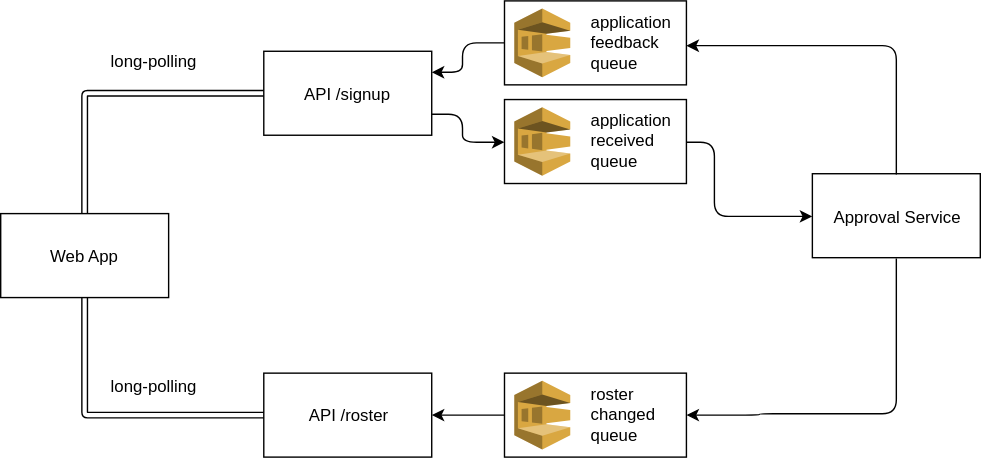
The draw.io diagram diagram.svg in enricoteterra/avengers-assemble, before a commit. Source tidied: cells renumbered, new cells last; positions are measured from the earlier drawing's top-left corner, leaving out a move shared by most shapes. Source of this version:
```xml
<mxGraphModel>
  <root>
    <mxCell id="0" />
    <mxCell id="1" parent="0" />
    <mxCell id="2" style="rounded=0;whiteSpace=wrap;html=1;" parent="1" vertex="1">
      <mxGeometry x="360" width="130" height="60" as="geometry" />
    </mxCell>
    <mxCell id="3" style="rounded=0;whiteSpace=wrap;html=1;" parent="1" vertex="1">
      <mxGeometry x="360" y="70.5" width="130" height="60" as="geometry" />
    </mxCell>
    <mxCell id="4" style="rounded=0;whiteSpace=wrap;html=1;" parent="1" vertex="1">
      <mxGeometry x="360" y="266" width="130" height="60" as="geometry" />
    </mxCell>
    <mxCell id="5" style="dashed=0;verticalLabelPosition=bottom;verticalAlign=top;align=center;html=1;shape=mxgraph.aws3.sqs;fillColor=#D9A741;gradientColor=none;" parent="1" vertex="1">
      <mxGeometry x="367" y="76" width="40" height="49" as="geometry" />
    </mxCell>
    <mxCell id="6" value="Web App" style="rounded=0;whiteSpace=wrap;html=1;" parent="1" vertex="1">
      <mxGeometry y="152" width="120" height="60" as="geometry" />
    </mxCell>
    <mxCell id="7" value="API /signup" style="rounded=0;whiteSpace=wrap;html=1;" parent="1" vertex="1">
      <mxGeometry x="188" y="36" width="120" height="60" as="geometry" />
    </mxCell>
    <mxCell id="8" value="API /roster" style="rounded=0;whiteSpace=wrap;html=1;" parent="1" vertex="1">
      <mxGeometry x="188" y="266" width="120" height="60" as="geometry" />
    </mxCell>
    <mxCell id="9" value="Approval Service" style="rounded=0;whiteSpace=wrap;html=1;" parent="1" vertex="1">
      <mxGeometry x="580" y="123.5" width="120" height="60" as="geometry" />
    </mxCell>
    <mxCell id="10" style="endArrow=classic;html=1;exitX=0.5;exitY=1;exitDx=0;exitDy=0;entryX=0;entryY=0.5;entryDx=0;entryDy=0;shape=link;edgeStyle=orthogonalEdgeStyle;" parent="1" edge="1" source="6" target="8">
      <mxGeometry relative="1" as="geometry" />
    </mxCell>
    <mxCell id="11" style="endArrow=classic;html=1;exitX=0.5;exitY=0;exitDx=0;exitDy=0;entryX=0;entryY=0.5;entryDx=0;entryDy=0;shape=link;edgeStyle=orthogonalEdgeStyle;" parent="1" edge="1" source="6" target="7">
      <mxGeometry relative="1" as="geometry" />
    </mxCell>
    <mxCell id="12" value="long-polling" style="text;html=1;align=left;verticalAlign=top;spacingTop=-4;" parent="1" vertex="1">
      <mxGeometry x="77" y="34" width="80" height="20" as="geometry" />
    </mxCell>
    <mxCell id="13" value="long-polling" style="text;html=1;align=left;verticalAlign=top;spacingTop=-4;" parent="1" vertex="1">
      <mxGeometry x="77" y="266" width="80" height="20" as="geometry" />
    </mxCell>
    <mxCell id="14" value="application&lt;br&gt;received &lt;br&gt;queue" style="text;html=1;align=left;verticalAlign=top;spacingTop=-4;" parent="1" vertex="1">
      <mxGeometry x="420" y="75.5" width="70" height="40" as="geometry" />
    </mxCell>
    <mxCell id="15" style="dashed=0;verticalLabelPosition=bottom;verticalAlign=top;align=center;html=1;shape=mxgraph.aws3.sqs;fillColor=#D9A741;gradientColor=none;" parent="1" vertex="1">
      <mxGeometry x="367" y="5.5" width="40" height="49" as="geometry" />
    </mxCell>
    <mxCell id="16" value="application&lt;br&gt;feedback &lt;br&gt;queue" style="text;html=1;points=[];align=left;verticalAlign=top;spacingTop=-4;" parent="1" vertex="1">
      <mxGeometry x="420" y="5.5" width="70" height="40" as="geometry" />
    </mxCell>
    <mxCell id="17" style="dashed=0;verticalLabelPosition=bottom;verticalAlign=top;align=center;html=1;shape=mxgraph.aws3.sqs;fillColor=#D9A741;gradientColor=none;" parent="1" vertex="1">
      <mxGeometry x="367" y="271.5" width="40" height="49" as="geometry" />
    </mxCell>
    <mxCell id="18" value="roster&amp;nbsp;&lt;br&gt;changed&lt;br&gt;queue&lt;br&gt;" style="text;html=1;align=left;verticalAlign=top;spacingTop=-4;" parent="1" vertex="1">
      <mxGeometry x="420" y="272" width="60" height="40" as="geometry" />
    </mxCell>
    <mxCell id="19" style="endArrow=classic;html=1;entryX=1;entryY=0.5;entryDx=0;entryDy=0;exitX=0;exitY=0.5;exitDx=0;exitDy=0;" parent="1" edge="1" source="4" target="8">
      <mxGeometry relative="1" as="geometry" />
    </mxCell>
    <mxCell id="20" style="endArrow=classic;html=1;entryX=0;entryY=0.5;entryDx=0;entryDy=0;exitX=1;exitY=0.5;exitDx=0;exitDy=0;edgeStyle=orthogonalEdgeStyle;" parent="1" edge="1" source="3" target="9">
      <mxGeometry relative="1" as="geometry">
        <Array as="points">
          <mxPoint x="510" y="101" />
          <mxPoint x="510" y="154" />
        </Array>
      </mxGeometry>
    </mxCell>
    <mxCell id="21" style="endArrow=classic;html=1;entryX=1;entryY=0.663;entryDx=0;entryDy=0;exitX=0.5;exitY=0;exitDx=0;exitDy=0;edgeStyle=orthogonalEdgeStyle;entryPerimeter=0;" parent="1" edge="1" source="9" target="16">
      <mxGeometry relative="1" as="geometry">
        <Array as="points">
          <mxPoint x="640" y="32" />
        </Array>
      </mxGeometry>
    </mxCell>
    <mxCell id="22" style="endArrow=classic;html=1;entryX=0;entryY=0.5;entryDx=0;entryDy=0;exitX=1;exitY=0.75;exitDx=0;exitDy=0;edgeStyle=orthogonalEdgeStyle;" parent="1" edge="1" source="7" target="3">
      <mxGeometry relative="1" as="geometry">
        <Array as="points">
          <mxPoint x="330" y="81" />
          <mxPoint x="330" y="101" />
        </Array>
      </mxGeometry>
    </mxCell>
    <mxCell id="23" style="endArrow=classic;html=1;entryX=1;entryY=0.25;entryDx=0;entryDy=0;exitX=0;exitY=0.5;exitDx=0;exitDy=0;edgeStyle=orthogonalEdgeStyle;" parent="1" edge="1" source="2" target="7">
      <mxGeometry relative="1" as="geometry">
        <Array as="points">
          <mxPoint x="330" y="30" />
          <mxPoint x="330" y="51" />
        </Array>
      </mxGeometry>
    </mxCell>
    <mxCell id="24" style="endArrow=classic;html=1;exitX=0.5;exitY=1;exitDx=0;exitDy=0;edgeStyle=orthogonalEdgeStyle;entryX=1;entryY=0.5;entryDx=0;entryDy=0;" parent="1" edge="1" source="9" target="4">
      <mxGeometry relative="1" as="geometry">
        <Array as="points">
          <mxPoint x="640" y="295" />
          <mxPoint x="542" y="295" />
          <mxPoint x="542" y="296" />
        </Array>
      </mxGeometry>
    </mxCell>
  </root>
</mxGraphModel>
```
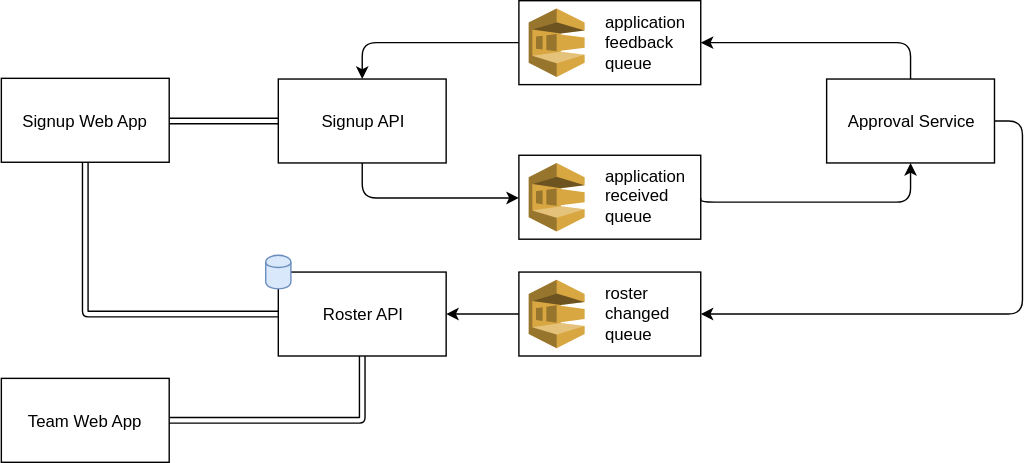
The same file after the commit.

The edit, as a diff of the source:
```diff
@@ -2,99 +2,104 @@
   <root>
     <mxCell id="0" />
     <mxCell id="1" parent="0" />
-    <mxCell id="2" style="rounded=0;whiteSpace=wrap;html=1;" parent="1" vertex="1">
-      <mxGeometry x="360" width="130" height="60" as="geometry" />
-    </mxCell>
-    <mxCell id="3" style="rounded=0;whiteSpace=wrap;html=1;" parent="1" vertex="1">
-      <mxGeometry x="360" y="70.5" width="130" height="60" as="geometry" />
-    </mxCell>
-    <mxCell id="4" style="rounded=0;whiteSpace=wrap;html=1;" parent="1" vertex="1">
-      <mxGeometry x="360" y="266" width="130" height="60" as="geometry" />
-    </mxCell>
-    <mxCell id="5" style="dashed=0;verticalLabelPosition=bottom;verticalAlign=top;align=center;html=1;shape=mxgraph.aws3.sqs;fillColor=#D9A741;gradientColor=none;" parent="1" vertex="1">
-      <mxGeometry x="367" y="76" width="40" height="49" as="geometry" />
-    </mxCell>
-    <mxCell id="6" value="Web App" style="rounded=0;whiteSpace=wrap;html=1;" parent="1" vertex="1">
-      <mxGeometry y="152" width="120" height="60" as="geometry" />
-    </mxCell>
-    <mxCell id="7" value="API /signup" style="rounded=0;whiteSpace=wrap;html=1;" parent="1" vertex="1">
-      <mxGeometry x="188" y="36" width="120" height="60" as="geometry" />
-    </mxCell>
-    <mxCell id="8" value="API /roster" style="rounded=0;whiteSpace=wrap;html=1;" parent="1" vertex="1">
-      <mxGeometry x="188" y="266" width="120" height="60" as="geometry" />
-    </mxCell>
+    <mxCell id="25" style="rounded=0;whiteSpace=wrap;html=1;" parent="1" vertex="1">
+      <mxGeometry x="360" y="-20" width="130" height="60" as="geometry" />
+    </mxCell>
+    <mxCell id="26" style="rounded=0;whiteSpace=wrap;html=1;" parent="1" vertex="1">
+      <mxGeometry x="360" y="90.5" width="130" height="60" as="geometry" />
+    </mxCell>
+    <mxCell id="27" style="rounded=0;whiteSpace=wrap;html=1;" parent="1" vertex="1">
+      <mxGeometry x="360" y="174" width="130" height="60" as="geometry" />
+    </mxCell>
+    <mxCell id="28" style="dashed=0;verticalLabelPosition=bottom;verticalAlign=top;align=center;html=1;shape=mxgraph.aws3.sqs;fillColor=#D9A741;gradientColor=none;" parent="1" vertex="1">
+      <mxGeometry x="367" y="96" width="40" height="49" as="geometry" />
+    </mxCell>
+    <mxCell id="29" value="Signup Web App" style="rounded=0;whiteSpace=wrap;html=1;" parent="1" vertex="1">
+      <mxGeometry x="-10" y="35.5" width="120" height="60" as="geometry" />
+    </mxCell>
+    <mxCell id="30" value="Signup API" style="rounded=0;whiteSpace=wrap;html=1;" parent="1" vertex="1">
+      <mxGeometry x="188" y="36" width="120" height="60" as="geometry" />
+    </mxCell>
+    <mxCell id="31" value="Roster API" style="rounded=0;whiteSpace=wrap;html=1;" parent="1" vertex="1">
+      <mxGeometry x="188" y="174" width="120" height="60" as="geometry" />
+    </mxCell>
     <mxCell id="9" value="Approval Service" style="rounded=0;whiteSpace=wrap;html=1;" parent="1" vertex="1">
-      <mxGeometry x="580" y="123.5" width="120" height="60" as="geometry" />
+      <mxGeometry x="580" y="36" width="120" height="60" as="geometry" />
     </mxCell>
-    <mxCell id="10" style="endArrow=classic;html=1;exitX=0.5;exitY=1;exitDx=0;exitDy=0;entryX=0;entryY=0.5;entryDx=0;entryDy=0;shape=link;edgeStyle=orthogonalEdgeStyle;" parent="1" edge="1" source="6" target="8">
-      <mxGeometry relative="1" as="geometry" />
-    </mxCell>
-    <mxCell id="11" style="endArrow=classic;html=1;exitX=0.5;exitY=0;exitDx=0;exitDy=0;entryX=0;entryY=0.5;entryDx=0;entryDy=0;shape=link;edgeStyle=orthogonalEdgeStyle;" parent="1" edge="1" source="6" target="7">
-      <mxGeometry relative="1" as="geometry" />
-    </mxCell>
-    <mxCell id="12" value="long-polling" style="text;html=1;align=left;verticalAlign=top;spacingTop=-4;" parent="1" vertex="1">
-      <mxGeometry x="77" y="34" width="80" height="20" as="geometry" />
-    </mxCell>
-    <mxCell id="13" value="long-polling" style="text;html=1;align=left;verticalAlign=top;spacingTop=-4;" parent="1" vertex="1">
-      <mxGeometry x="77" y="266" width="80" height="20" as="geometry" />
-    </mxCell>
+    <mxCell id="32" style="endArrow=classic;html=1;exitX=0.5;exitY=1;exitDx=0;exitDy=0;entryX=0;entryY=0.5;entryDx=0;entryDy=0;shape=link;edgeStyle=orthogonalEdgeStyle;" parent="1" edge="1" source="29" target="31">
+      <mxGeometry relative="1" as="geometry" />
+    </mxCell>
+    <mxCell id="33" style="endArrow=classic;html=1;exitX=1;exitY=0.5;exitDx=0;exitDy=0;entryX=0;entryY=0.5;entryDx=0;entryDy=0;shape=link;edgeStyle=orthogonalEdgeStyle;" parent="1" edge="1" source="29" target="30">
+      <mxGeometry relative="1" as="geometry">
+        <Array as="points">
+          <mxPoint x="150" y="66" />
+          <mxPoint x="150" y="66" />
+        </Array>
+      </mxGeometry>
+    </mxCell>
     <mxCell id="14" value="application&lt;br&gt;received &lt;br&gt;queue" style="text;html=1;align=left;verticalAlign=top;spacingTop=-4;" parent="1" vertex="1">
-      <mxGeometry x="420" y="75.5" width="70" height="40" as="geometry" />
+      <mxGeometry x="420" y="95.5" width="70" height="40" as="geometry" />
     </mxCell>
-    <mxCell id="15" style="dashed=0;verticalLabelPosition=bottom;verticalAlign=top;align=center;html=1;shape=mxgraph.aws3.sqs;fillColor=#D9A741;gradientColor=none;" parent="1" vertex="1">
-      <mxGeometry x="367" y="5.5" width="40" height="49" as="geometry" />
-    </mxCell>
+    <mxCell id="34" style="dashed=0;verticalLabelPosition=bottom;verticalAlign=top;align=center;html=1;shape=mxgraph.aws3.sqs;fillColor=#D9A741;gradientColor=none;" parent="1" vertex="1">
+      <mxGeometry x="367" y="-14.5" width="40" height="49" as="geometry" />
+    </mxCell>
     <mxCell id="16" value="application&lt;br&gt;feedback &lt;br&gt;queue" style="text;html=1;points=[];align=left;verticalAlign=top;spacingTop=-4;" parent="1" vertex="1">
-      <mxGeometry x="420" y="5.5" width="70" height="40" as="geometry" />
+      <mxGeometry x="420" y="-14.5" width="70" height="40" as="geometry" />
     </mxCell>
-    <mxCell id="17" style="dashed=0;verticalLabelPosition=bottom;verticalAlign=top;align=center;html=1;shape=mxgraph.aws3.sqs;fillColor=#D9A741;gradientColor=none;" parent="1" vertex="1">
-      <mxGeometry x="367" y="271.5" width="40" height="49" as="geometry" />
-    </mxCell>
+    <mxCell id="35" style="dashed=0;verticalLabelPosition=bottom;verticalAlign=top;align=center;html=1;shape=mxgraph.aws3.sqs;fillColor=#D9A741;gradientColor=none;" parent="1" vertex="1">
+      <mxGeometry x="367" y="179.5" width="40" height="49" as="geometry" />
+    </mxCell>
     <mxCell id="18" value="roster&amp;nbsp;&lt;br&gt;changed&lt;br&gt;queue&lt;br&gt;" style="text;html=1;align=left;verticalAlign=top;spacingTop=-4;" parent="1" vertex="1">
-      <mxGeometry x="420" y="272" width="60" height="40" as="geometry" />
+      <mxGeometry x="420" y="180" width="60" height="40" as="geometry" />
     </mxCell>
-    <mxCell id="19" style="endArrow=classic;html=1;entryX=1;entryY=0.5;entryDx=0;entryDy=0;exitX=0;exitY=0.5;exitDx=0;exitDy=0;" parent="1" edge="1" source="4" target="8">
-      <mxGeometry relative="1" as="geometry" />
-    </mxCell>
-    <mxCell id="20" style="endArrow=classic;html=1;entryX=0;entryY=0.5;entryDx=0;entryDy=0;exitX=1;exitY=0.5;exitDx=0;exitDy=0;edgeStyle=orthogonalEdgeStyle;" parent="1" edge="1" source="3" target="9">
-      <mxGeometry relative="1" as="geometry">
-        <Array as="points">
-          <mxPoint x="510" y="101" />
-          <mxPoint x="510" y="154" />
-        </Array>
-      </mxGeometry>
-    </mxCell>
-    <mxCell id="21" style="endArrow=classic;html=1;entryX=1;entryY=0.663;entryDx=0;entryDy=0;exitX=0.5;exitY=0;exitDx=0;exitDy=0;edgeStyle=orthogonalEdgeStyle;entryPerimeter=0;" parent="1" edge="1" source="9" target="16">
-      <mxGeometry relative="1" as="geometry">
-        <Array as="points">
-          <mxPoint x="640" y="32" />
-        </Array>
-      </mxGeometry>
-    </mxCell>
-    <mxCell id="22" style="endArrow=classic;html=1;entryX=0;entryY=0.5;entryDx=0;entryDy=0;exitX=1;exitY=0.75;exitDx=0;exitDy=0;edgeStyle=orthogonalEdgeStyle;" parent="1" edge="1" source="7" target="3">
-      <mxGeometry relative="1" as="geometry">
-        <Array as="points">
-          <mxPoint x="330" y="81" />
-          <mxPoint x="330" y="101" />
-        </Array>
-      </mxGeometry>
-    </mxCell>
-    <mxCell id="23" style="endArrow=classic;html=1;entryX=1;entryY=0.25;entryDx=0;entryDy=0;exitX=0;exitY=0.5;exitDx=0;exitDy=0;edgeStyle=orthogonalEdgeStyle;" parent="1" edge="1" source="2" target="7">
-      <mxGeometry relative="1" as="geometry">
-        <Array as="points">
-          <mxPoint x="330" y="30" />
-          <mxPoint x="330" y="51" />
-        </Array>
-      </mxGeometry>
-    </mxCell>
-    <mxCell id="24" style="endArrow=classic;html=1;exitX=0.5;exitY=1;exitDx=0;exitDy=0;edgeStyle=orthogonalEdgeStyle;entryX=1;entryY=0.5;entryDx=0;entryDy=0;" parent="1" edge="1" source="9" target="4">
-      <mxGeometry relative="1" as="geometry">
-        <Array as="points">
-          <mxPoint x="640" y="295" />
-          <mxPoint x="542" y="295" />
-          <mxPoint x="542" y="296" />
-        </Array>
-      </mxGeometry>
-    </mxCell>
+    <mxCell id="36" style="endArrow=classic;html=1;entryX=1;entryY=0.5;entryDx=0;entryDy=0;exitX=0;exitY=0.5;exitDx=0;exitDy=0;" parent="1" edge="1" source="27" target="31">
+      <mxGeometry relative="1" as="geometry" />
+    </mxCell>
+    <mxCell id="37" style="endArrow=classic;html=1;entryX=0.5;entryY=1;entryDx=0;entryDy=0;exitX=1;exitY=0.5;exitDx=0;exitDy=0;edgeStyle=orthogonalEdgeStyle;" parent="1" edge="1" source="26" target="9">
+      <mxGeometry relative="1" as="geometry">
+        <Array as="points">
+          <mxPoint x="490" y="124" />
+          <mxPoint x="640" y="124" />
+        </Array>
+      </mxGeometry>
+    </mxCell>
+    <mxCell id="38" style="endArrow=classic;html=1;exitX=0.5;exitY=0;exitDx=0;exitDy=0;edgeStyle=orthogonalEdgeStyle;entryX=1;entryY=0.5;entryDx=0;entryDy=0;" parent="1" edge="1" source="9" target="25">
+      <mxGeometry relative="1" as="geometry">
+        <Array as="points">
+          <mxPoint x="640" y="10" />
+        </Array>
+      </mxGeometry>
+    </mxCell>
+    <mxCell id="39" style="endArrow=classic;html=1;entryX=0;entryY=0.5;entryDx=0;entryDy=0;exitX=0.5;exitY=1;exitDx=0;exitDy=0;edgeStyle=orthogonalEdgeStyle;" parent="1" edge="1" source="30" target="26">
+      <mxGeometry relative="1" as="geometry">
+        <Array as="points">
+          <mxPoint x="248" y="121" />
+        </Array>
+      </mxGeometry>
+    </mxCell>
+    <mxCell id="40" style="endArrow=classic;html=1;entryX=0.5;entryY=0;entryDx=0;entryDy=0;exitX=0;exitY=0.5;exitDx=0;exitDy=0;edgeStyle=orthogonalEdgeStyle;" parent="1" edge="1" source="25" target="30">
+      <mxGeometry relative="1" as="geometry">
+        <Array as="points">
+          <mxPoint x="248" y="10" />
+        </Array>
+      </mxGeometry>
+    </mxCell>
+    <mxCell id="41" style="endArrow=classic;html=1;exitX=1;exitY=0.5;exitDx=0;exitDy=0;edgeStyle=orthogonalEdgeStyle;entryX=1;entryY=0.5;entryDx=0;entryDy=0;" parent="1" edge="1" source="9" target="27">
+      <mxGeometry relative="1" as="geometry">
+        <Array as="points">
+          <mxPoint x="720" y="66" />
+          <mxPoint x="720" y="204" />
+        </Array>
+      </mxGeometry>
+    </mxCell>
+    <mxCell id="42" value="Team Web App" style="rounded=0;whiteSpace=wrap;html=1;" parent="1" vertex="1">
+      <mxGeometry x="-10" y="250" width="120" height="60" as="geometry" />
+    </mxCell>
+    <mxCell id="43" style="endArrow=classic;html=1;entryX=0.5;entryY=1;entryDx=0;entryDy=0;shape=link;edgeStyle=orthogonalEdgeStyle;" parent="1" edge="1" source="42" target="31">
+      <mxGeometry relative="1" as="geometry" />
+    </mxCell>
+    <mxCell id="44" style="shape=cylinder;whiteSpace=wrap;html=1;boundedLbl=1;backgroundOutline=1;fillColor=#dae8fc;strokeColor=#6c8ebf;" parent="1" vertex="1">
+      <mxGeometry x="179" y="162" width="18" height="24" as="geometry" />
+    </mxCell>
   </root>
 </mxGraphModel>
```
